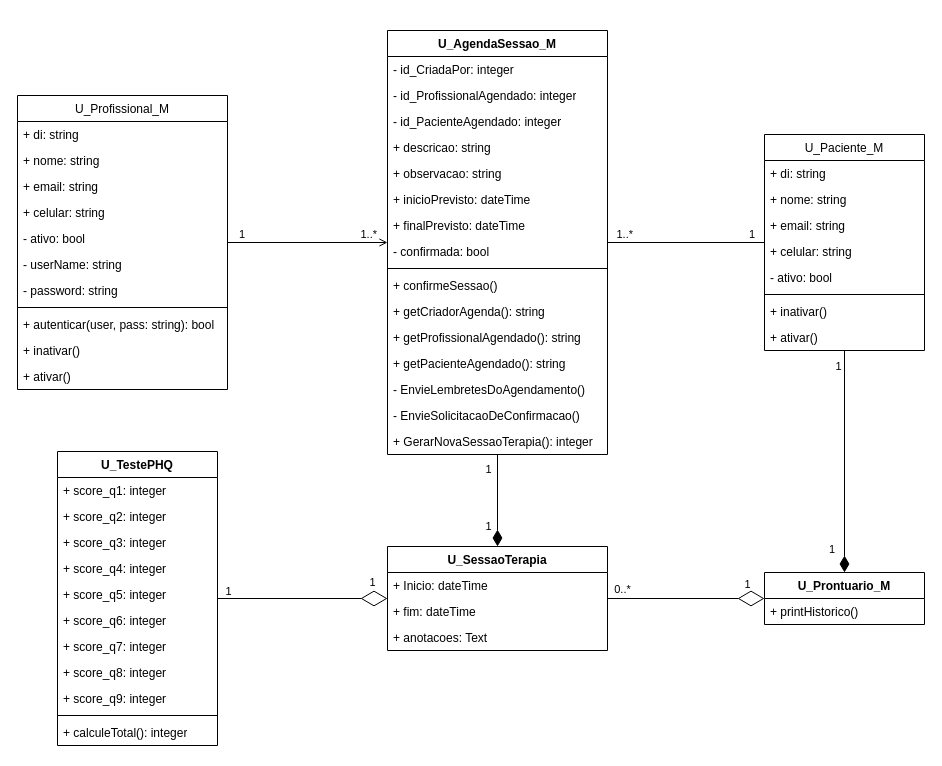
Before: SGCP Diagrama de classes.drawio in samaronesalles/SGCP, a draw.io diagram. Source tidied: cells renumbered, new cells numbered last; positions are measured from the earlier drawing's top-left corner, leaving out a move shared by most shapes. Both pictures are drawn from the tidied source at 100%, with x=0, y=0 at pixel (17, 30).
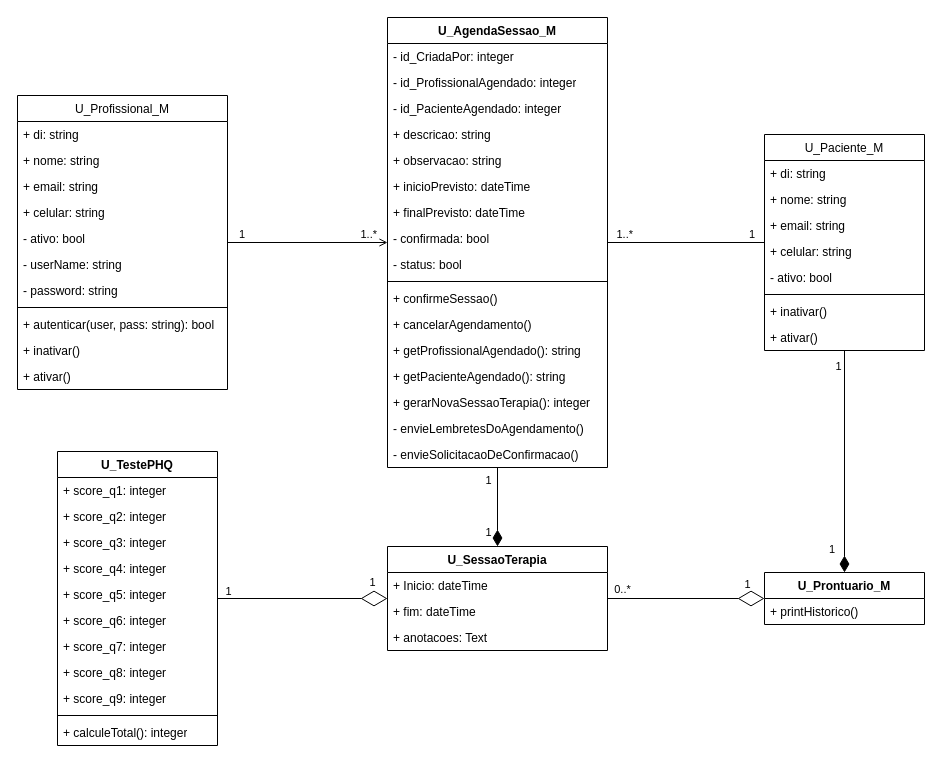
The same diagram, later.

The edit, as a diff of the source:
```diff
@@
     <mxCell id="23" value="U_AgendaSessao_M" style="swimlane;fontStyle=1;align=center;verticalAlign=top;horizontal=1;startSize=26;whiteSpace=wrap;html=1;" parent="1" vertex="1">
-      <mxGeometry x="370" width="220" height="424" as="geometry" />
+      <mxGeometry x="370" y="-13" width="220" height="450" as="geometry" />
     </mxCell>
@@
+    <mxCell id="75" value="- status&lt;span style=&quot;background-color: initial;&quot;&gt;: bool&lt;/span&gt;" style="text;strokeColor=none;fillColor=none;align=left;verticalAlign=top;spacingLeft=4;spacingRight=4;overflow=hidden;whiteSpace=wrap;html=1;" parent="23" vertex="1">
+      <mxGeometry y="234" width="220" height="26" as="geometry" />
+    </mxCell>
     <mxCell id="32" style="line;strokeWidth=1;fillColor=none;align=left;verticalAlign=middle;spacingTop=-1;spacingLeft=3;spacingRight=3;labelPosition=right;strokeColor=inherit;" parent="23" vertex="1">
-      <mxGeometry y="234" width="220" height="8" as="geometry" />
+      <mxGeometry y="260" width="220" height="8" as="geometry" />
     </mxCell>
     <mxCell id="33" value="+ confirmeSessao()" style="text;strokeColor=none;fillColor=none;align=left;verticalAlign=top;spacingLeft=4;spacingRight=4;overflow=hidden;whiteSpace=wrap;html=1;" parent="23" vertex="1">
-      <mxGeometry y="242" width="220" height="26" as="geometry" />
+      <mxGeometry y="268" width="220" height="26" as="geometry" />
     </mxCell>
-    <mxCell id="34" value="+ getCriadorAgenda(): string" style="text;strokeColor=none;fillColor=none;align=left;verticalAlign=top;spacingLeft=4;spacingRight=4;overflow=hidden;whiteSpace=wrap;html=1;" parent="23" vertex="1">
-      <mxGeometry y="268" width="220" height="26" as="geometry" />
+    <mxCell id="34" value="+ cancelarAgendamento()" style="text;strokeColor=none;fillColor=none;align=left;verticalAlign=top;spacingLeft=4;spacingRight=4;overflow=hidden;whiteSpace=wrap;html=1;" parent="23" vertex="1">
+      <mxGeometry y="294" width="220" height="26" as="geometry" />
     </mxCell>
     <mxCell id="35" value="+ getProfissionalAgendado(): string" style="text;strokeColor=none;fillColor=none;align=left;verticalAlign=top;spacingLeft=4;spacingRight=4;overflow=hidden;whiteSpace=wrap;html=1;" parent="23" vertex="1">
-      <mxGeometry y="294" width="220" height="26" as="geometry" />
+      <mxGeometry y="320" width="220" height="26" as="geometry" />
     </mxCell>
     <mxCell id="36" value="+ getPacienteAgendado(): string" style="text;strokeColor=none;fillColor=none;align=left;verticalAlign=top;spacingLeft=4;spacingRight=4;overflow=hidden;whiteSpace=wrap;html=1;" parent="23" vertex="1">
-      <mxGeometry y="320" width="220" height="26" as="geometry" />
+      <mxGeometry y="346" width="220" height="26" as="geometry" />
     </mxCell>
+    <mxCell id="39" value="+ gerarNovaSessaoTerapia(): integer" style="text;strokeColor=none;fillColor=none;align=left;verticalAlign=top;spacingLeft=4;spacingRight=4;overflow=hidden;whiteSpace=wrap;html=1;" parent="23" vertex="1">
+      <mxGeometry y="372" width="220" height="26" as="geometry" />
+    </mxCell>
-    <mxCell id="37" value="- EnvieLembretesDoAgendamento()" style="text;strokeColor=none;fillColor=none;align=left;verticalAlign=top;spacingLeft=4;spacingRight=4;overflow=hidden;whiteSpace=wrap;html=1;" parent="23" vertex="1">
-      <mxGeometry y="346" width="220" height="26" as="geometry" />
+    <mxCell id="37" value="- envieLembretesDoAgendamento()" style="text;strokeColor=none;fillColor=none;align=left;verticalAlign=top;spacingLeft=4;spacingRight=4;overflow=hidden;whiteSpace=wrap;html=1;" parent="23" vertex="1">
+      <mxGeometry y="398" width="220" height="26" as="geometry" />
     </mxCell>
-    <mxCell id="38" value="- EnvieSolicitacaoDeConfirmacao()" style="text;strokeColor=none;fillColor=none;align=left;verticalAlign=top;spacingLeft=4;spacingRight=4;overflow=hidden;whiteSpace=wrap;html=1;" parent="23" vertex="1">
-      <mxGeometry y="372" width="220" height="26" as="geometry" />
+    <mxCell id="38" value="- envieSolicitacaoDeConfirmacao()" style="text;strokeColor=none;fillColor=none;align=left;verticalAlign=top;spacingLeft=4;spacingRight=4;overflow=hidden;whiteSpace=wrap;html=1;" parent="23" vertex="1">
+      <mxGeometry y="424" width="220" height="26" as="geometry" />
     </mxCell>
-    <mxCell id="39" value="+ GerarNovaSessaoTerapia(): integer" style="text;strokeColor=none;fillColor=none;align=left;verticalAlign=top;spacingLeft=4;spacingRight=4;overflow=hidden;whiteSpace=wrap;html=1;" parent="23" vertex="1">
-      <mxGeometry y="398" width="220" height="26" as="geometry" />
-    </mxCell>
```
